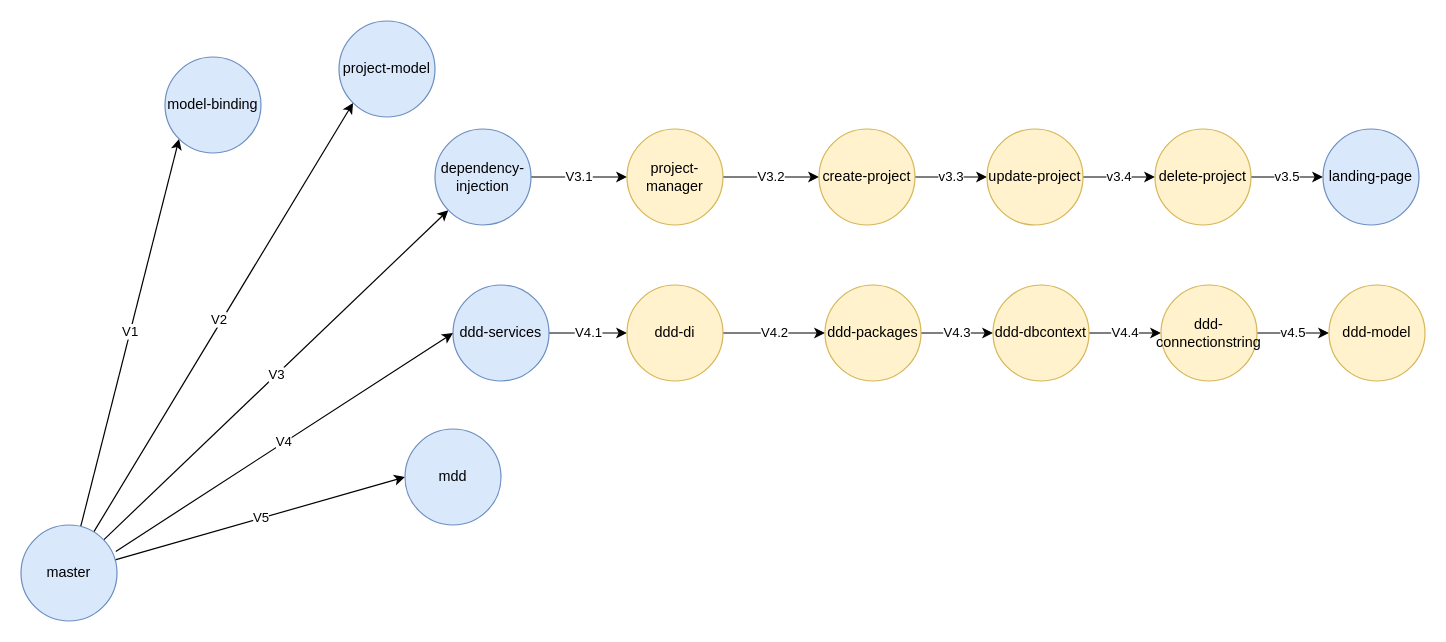
Before: PIS.drawio in zcomert/project-information-system, a draw.io diagram. Source tidied: cells renumbered, new cells numbered last; positions are measured from the earlier drawing's top-left corner, leaving out a move shared by most shapes. Both pictures are drawn from the tidied source at 120%, with x=0, y=0 at pixel (20, 20).
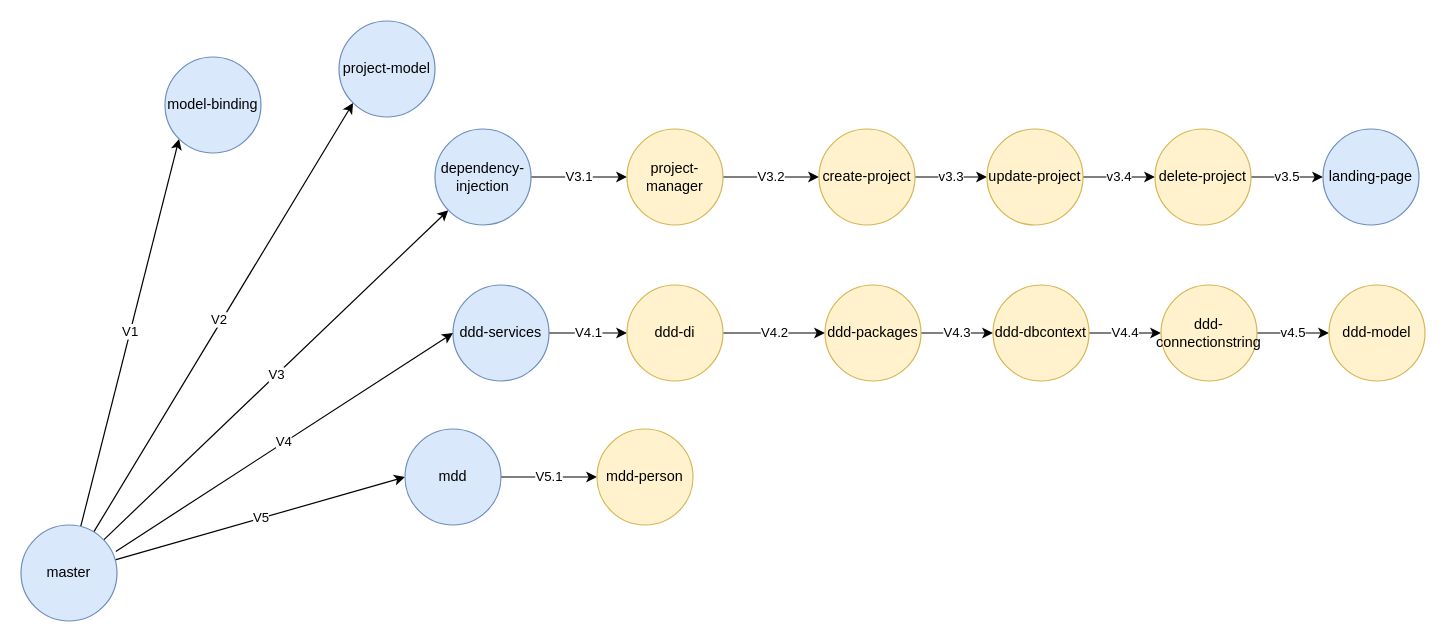
Above is the later version.

Unchanged cells that the change refers to:
```xml
<mxCell id="34" value="mdd" style="ellipse;whiteSpace=wrap;html=1;fillColor=#dae8fc;strokeColor=#6c8ebf;" parent="1" vertex="1">
  <mxGeometry x="320" y="340" width="80" height="80" as="geometry" />
</mxCell>
```

The edit, as a diff of the source:
```diff
@@
+    <mxCell id="35" value="V5.1" style="edgeStyle=orthogonalEdgeStyle;rounded=0;jettySize=auto;html=1;" parent="1" edge="1" source="34" target="36">
+      <mxGeometry relative="1" as="geometry" />
+    </mxCell>
@@
+    <mxCell id="36" value="mdd-person" style="ellipse;whiteSpace=wrap;html=1;fillColor=#fff2cc;strokeColor=#d6b656;" parent="1" vertex="1">
+      <mxGeometry x="480" y="340" width="80" height="80" as="geometry" />
+    </mxCell>
```
